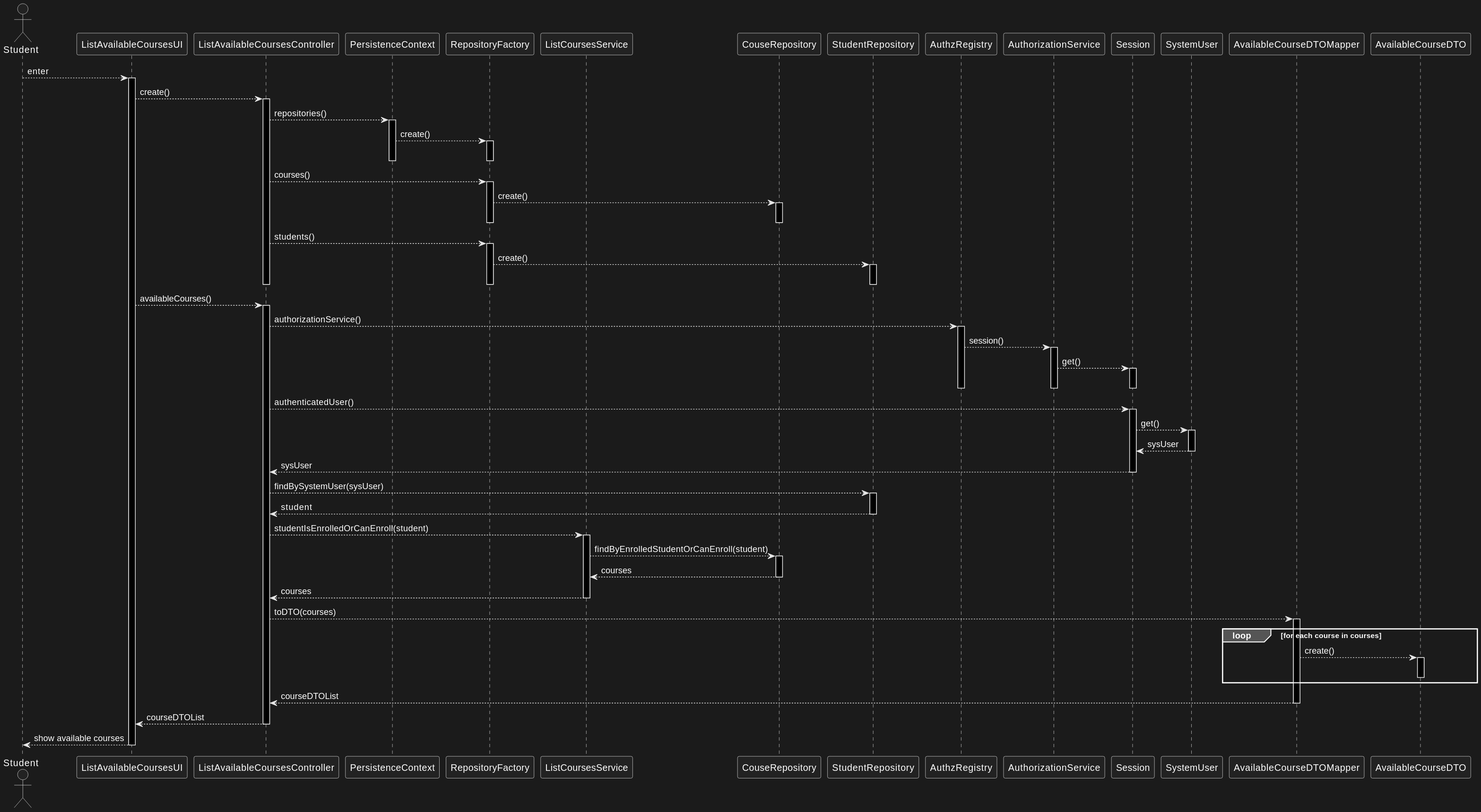
Before: docs/us_1006/sd-student.svg, a diagram exported from PlantUML (jovami/isep-lapr4).
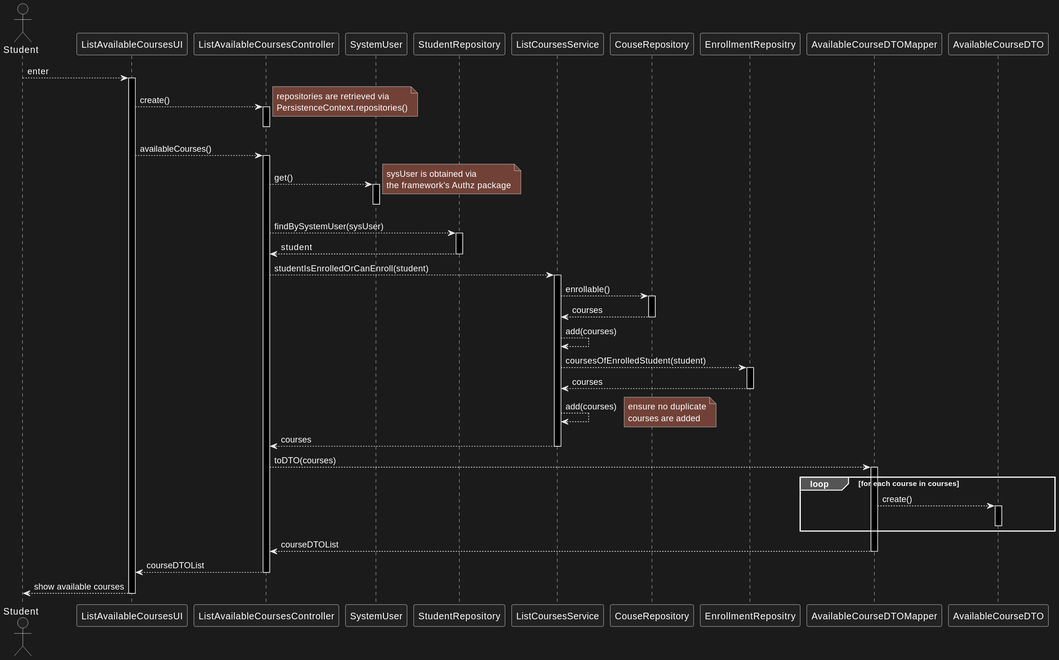
The same diagram one commit later.

The edit, as a diff of the source:
```diff
@@ -3,18 +3,17 @@
 participant ListAvailableCoursesUI as ui
 participant ListAvailableCoursesController as ctrl
 
-participant PersistenceContext as ctx
-participant RepositoryFactory as rep_fac
+
+participant SystemUser as sys_usr
+
+participant StudentRepository as s_repo
 
 participant ListCoursesService as svc
 
 participant CouseRepository as c_repo
-participant StudentRepository as s_repo
+participant EnrollmentRepositry as e_repo
 
-participant AuthzRegistry as authreg
-participant AuthorizationService as authsvc
-participant Session as sess
-participant SystemUser as sys_usr
+
 
 
 participant AvailableCourseDTOMapper as mapper
@@ -26,49 +25,15 @@
 activate ui
     ui --> ctrl : create()
     activate ctrl
-        ctrl --> ctx : repositories()
-        activate ctx
-            ctx --> rep_fac : create()
-            activate rep_fac
-            deactivate rep_fac
-        deactivate ctx
-
-        ctrl --> rep_fac : courses()
-        activate rep_fac
-            rep_fac --> c_repo : create()
-            activate c_repo
-            deactivate c_repo
-        deactivate rep_fac
-
-        ctrl --> rep_fac : students()
-        activate rep_fac
-            rep_fac --> s_repo : create()
-            activate s_repo
-            deactivate s_repo
-        deactivate rep_fac
+        note right : repositories are retrieved via\nPersistenceContext.repositories()
     deactivate ctrl
 
     ui --> ctrl : availableCourses()
     activate ctrl
-        ctrl --> authreg : authorizationService()
-        activate authreg
-            authreg --> authsvc : session()
-            activate authsvc
-                authsvc --> sess : get()
-                activate sess
-                deactivate sess
-            deactivate authsvc
-        deactivate authreg
-
-        ctrl --> sess : authenticatedUser()
-        activate sess
-            sess --> sys_usr : get()
-            activate sys_usr
-                sys_usr --> sess : sysUser
-            deactivate sys_usr
-
-            sess --> ctrl : sysUser
-        deactivate sess
+        ctrl --> sys_usr : get()
+        activate sys_usr
+        note right : sysUser is obtained via\nthe framework's Authz package
+        deactivate sys_usr
 
         ctrl --> s_repo : findBySystemUser(sysUser)
         activate s_repo
@@ -77,11 +42,21 @@
 
         ctrl --> svc : studentIsEnrolledOrCanEnroll(student)
         activate svc
-            svc --> c_repo : findByEnrolledStudentOrCanEnroll(student)
+            svc --> c_repo : enrollable()
 
             activate c_repo
                 c_repo --> svc : courses
             deactivate c_repo
+
+            svc --> svc : add(courses)
+
+            svc --> e_repo : coursesOfEnrolledStudent(student)
+            activate e_repo
+                e_repo --> svc : courses
+            deactivate e_repo
+
+            svc --> svc : add(courses)
+            note right : ensure no duplicate\ncourses are added
 
             svc --> ctrl : courses
         deactivate svc
```
